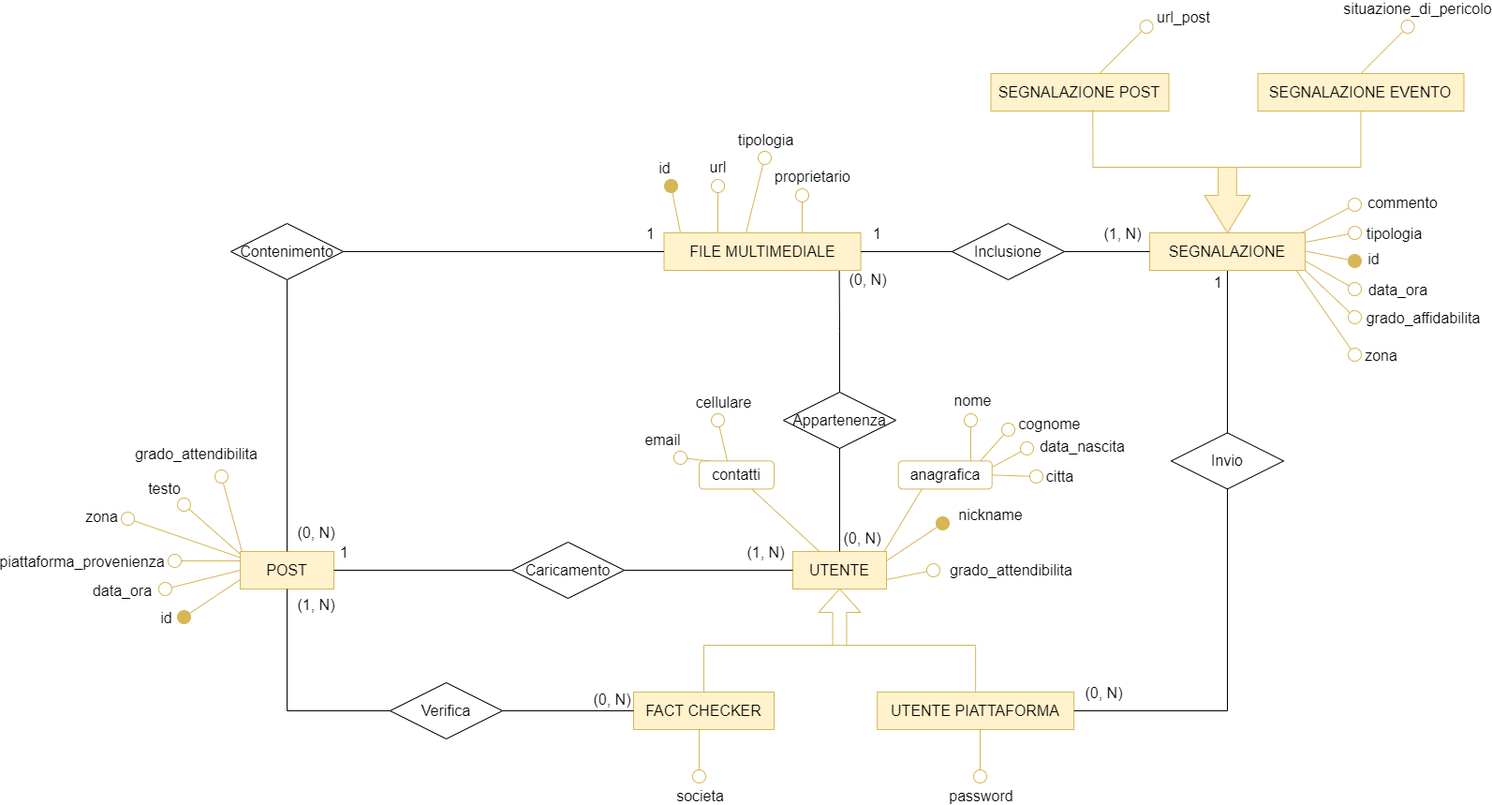
faffolao/ProgettoBD2022 keeps this draw.io diagram as diagrammi e-r/Diag. Social network.png. Above is the earlier version. Source tidied: cells renumbered, new cells last; positions are measured from the earlier drawing's top-left corner, leaving out a move shared by most shapes.
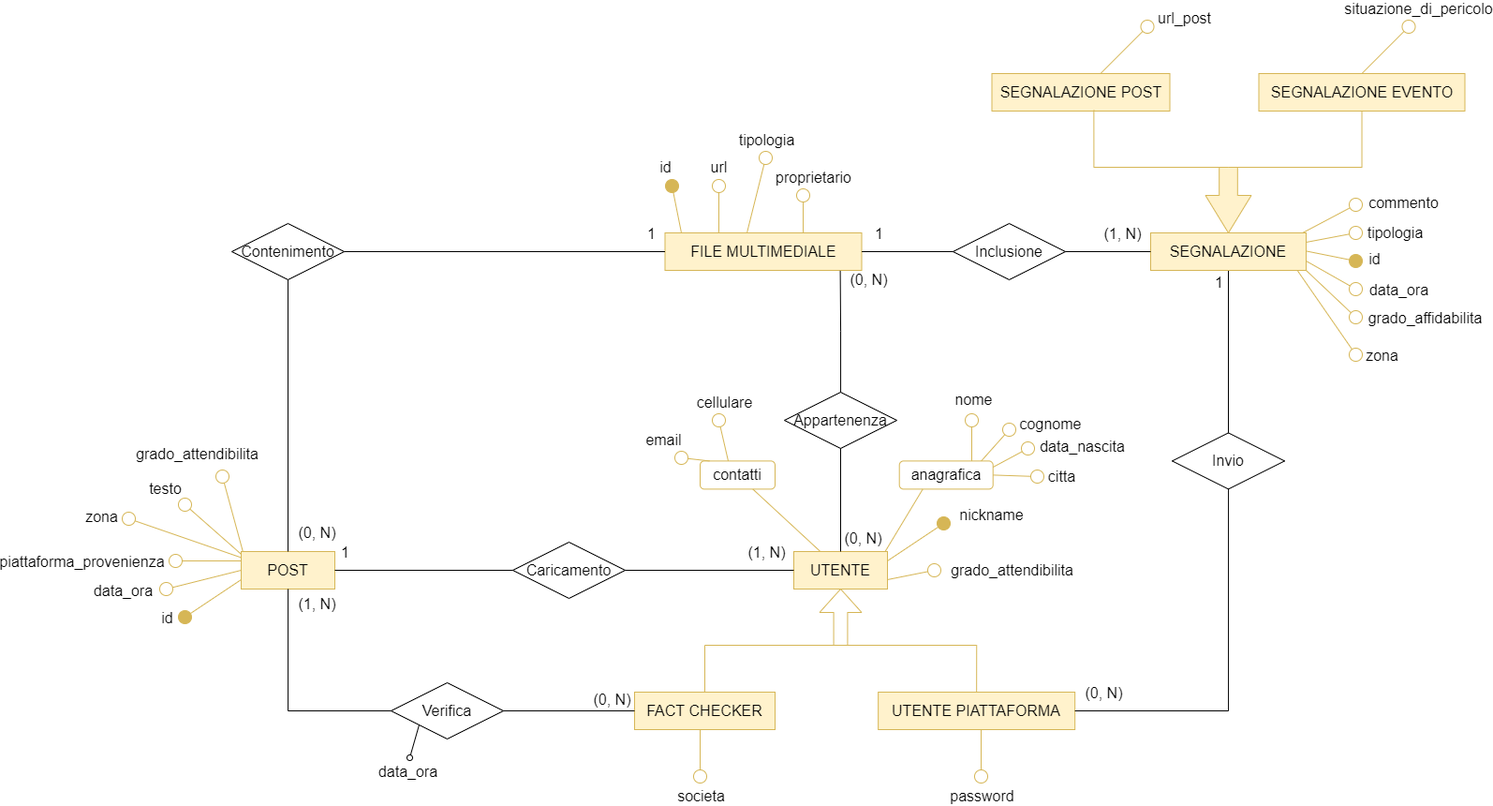
The same file after the commit.

Change to the diagram source:
```diff
@@ -481,5 +481,15 @@
     <mxCell id="104" value="Appartenenza" style="shape=rhombus;perimeter=rhombusPerimeter;whiteSpace=wrap;html=1;align=center;fontSize=16;fillColor=none;" parent="1" vertex="1">
       <mxGeometry x="700" y="390" width="120" height="60" as="geometry" />
     </mxCell>
+    <mxCell id="105" style="endArrow=none;html=1;rounded=0;entryX=0;entryY=1;entryDx=0;entryDy=0;startArrow=oval;startFill=0;" parent="1" edge="1" target="53">
+      <mxGeometry relative="1" as="geometry">
+        <mxPoint x="300" y="780" as="sourcePoint" />
+      </mxGeometry>
+    </mxCell>
+    <mxCell id="106" value="data_ora" style="edgeLabel;html=1;align=center;verticalAlign=middle;fontSize=16;" parent="105" vertex="1">
+      <mxGeometry x="-0.93" y="-4" relative="1" as="geometry">
+        <mxPoint x="-7" y="14" as="offset" />
+      </mxGeometry>
+    </mxCell>
   </root>
 </mxGraphModel>
```
